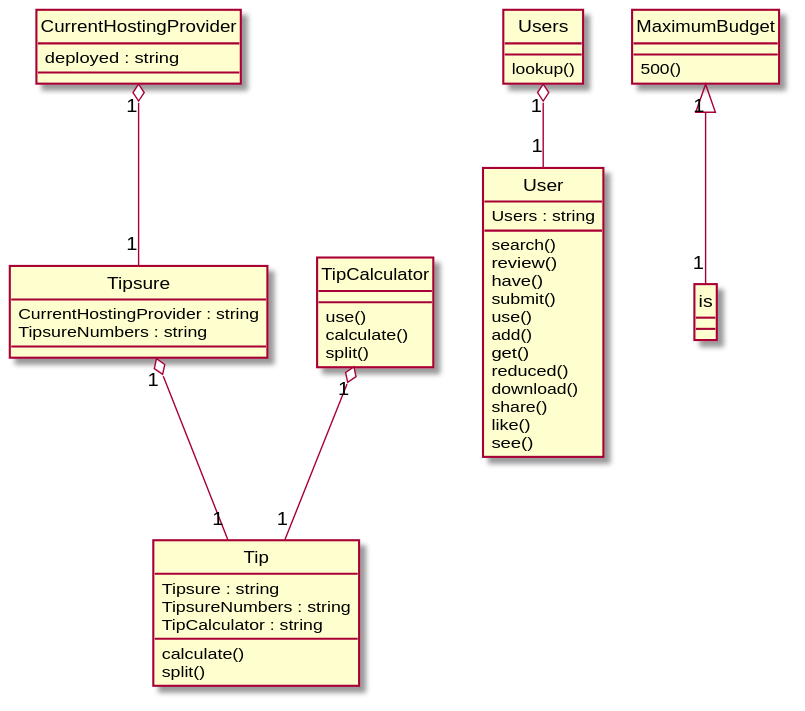
Earlier version of the PlantUML export Diagrams/2014-USC-Project09.svg (xixixhalu/DomainModelExtractor). Its diagram source:
```plantuml
@startuml
hide circle
class CurrentHostingProvider {
	deployed : string
}
class Tipsure {
	CurrentHostingProvider : string
	TipsureNumbers : string
}
class User {
	Users : string
	search()
	review()
	have()
	submit()
	use()
	add()
	get()
	reduced()
	download()
	share()
	like()
	see()
}
class Tip {
	Tipsure : string
	TipsureNumbers : string
	TipCalculator : string
	calculate()
	split()
}
class TipCalculator {
	use()
	calculate()
	split()
}
class Users {
	lookup()
}
class MaximumBudget {
	500()
}
Users "1" o-- "1" User
CurrentHostingProvider "1" o-- "1" Tipsure
TipCalculator "1" o-- "1" Tip
Tipsure "1" o-- "1" Tip
MaximumBudget "1" <|-- "1" is
@enduml
```
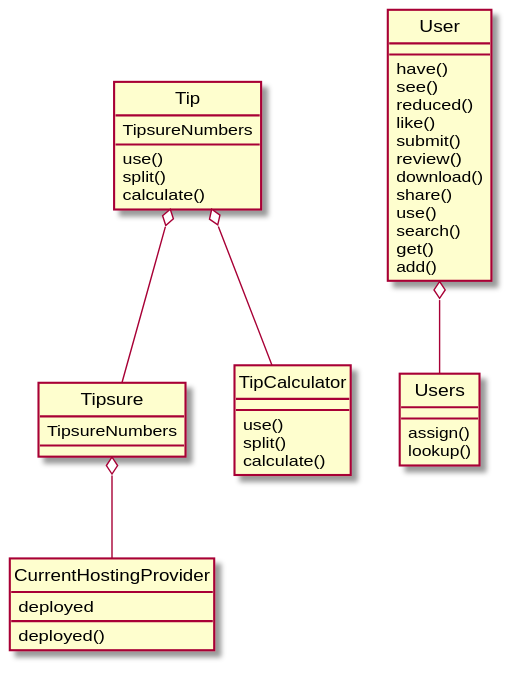
After the change.

What changed in the source:
```diff
@@ -1,48 +1,43 @@
 @startuml
 hide circle
 class CurrentHostingProvider {
-	deployed : string
+	deployed
+	deployed()
 }
 class Tipsure {
-	CurrentHostingProvider : string
-	TipsureNumbers : string
+	TipsureNumbers
+}
+class Tip {
+	TipsureNumbers
+	use()
+	split()
+	calculate()
 }
 class User {
-	Users : string
-	search()
+	have()
+	see()
+	reduced()
+	like()
+	submit()
 	review()
-	have()
-	submit()
-	use()
-	add()
-	get()
-	reduced()
 	download()
 	share()
-	like()
-	see()
-}
-class Tip {
-	Tipsure : string
-	TipsureNumbers : string
-	TipCalculator : string
-	calculate()
-	split()
+	use()
+	search()
+	get()
+	add()
 }
 class TipCalculator {
 	use()
+	split()
 	calculate()
-	split()
 }
 class Users {
+	assign()
 	lookup()
 }
-class MaximumBudget {
-	500()
-}
-Users "1" o-- "1" User
-CurrentHostingProvider "1" o-- "1" Tipsure
-TipCalculator "1" o-- "1" Tip
-Tipsure "1" o-- "1" Tip
-MaximumBudget "1" <|-- "1" is
+Tip o-- Tipsure
+User o-- Users
+Tipsure o-- CurrentHostingProvider
+Tip o-- TipCalculator
 @enduml
```
